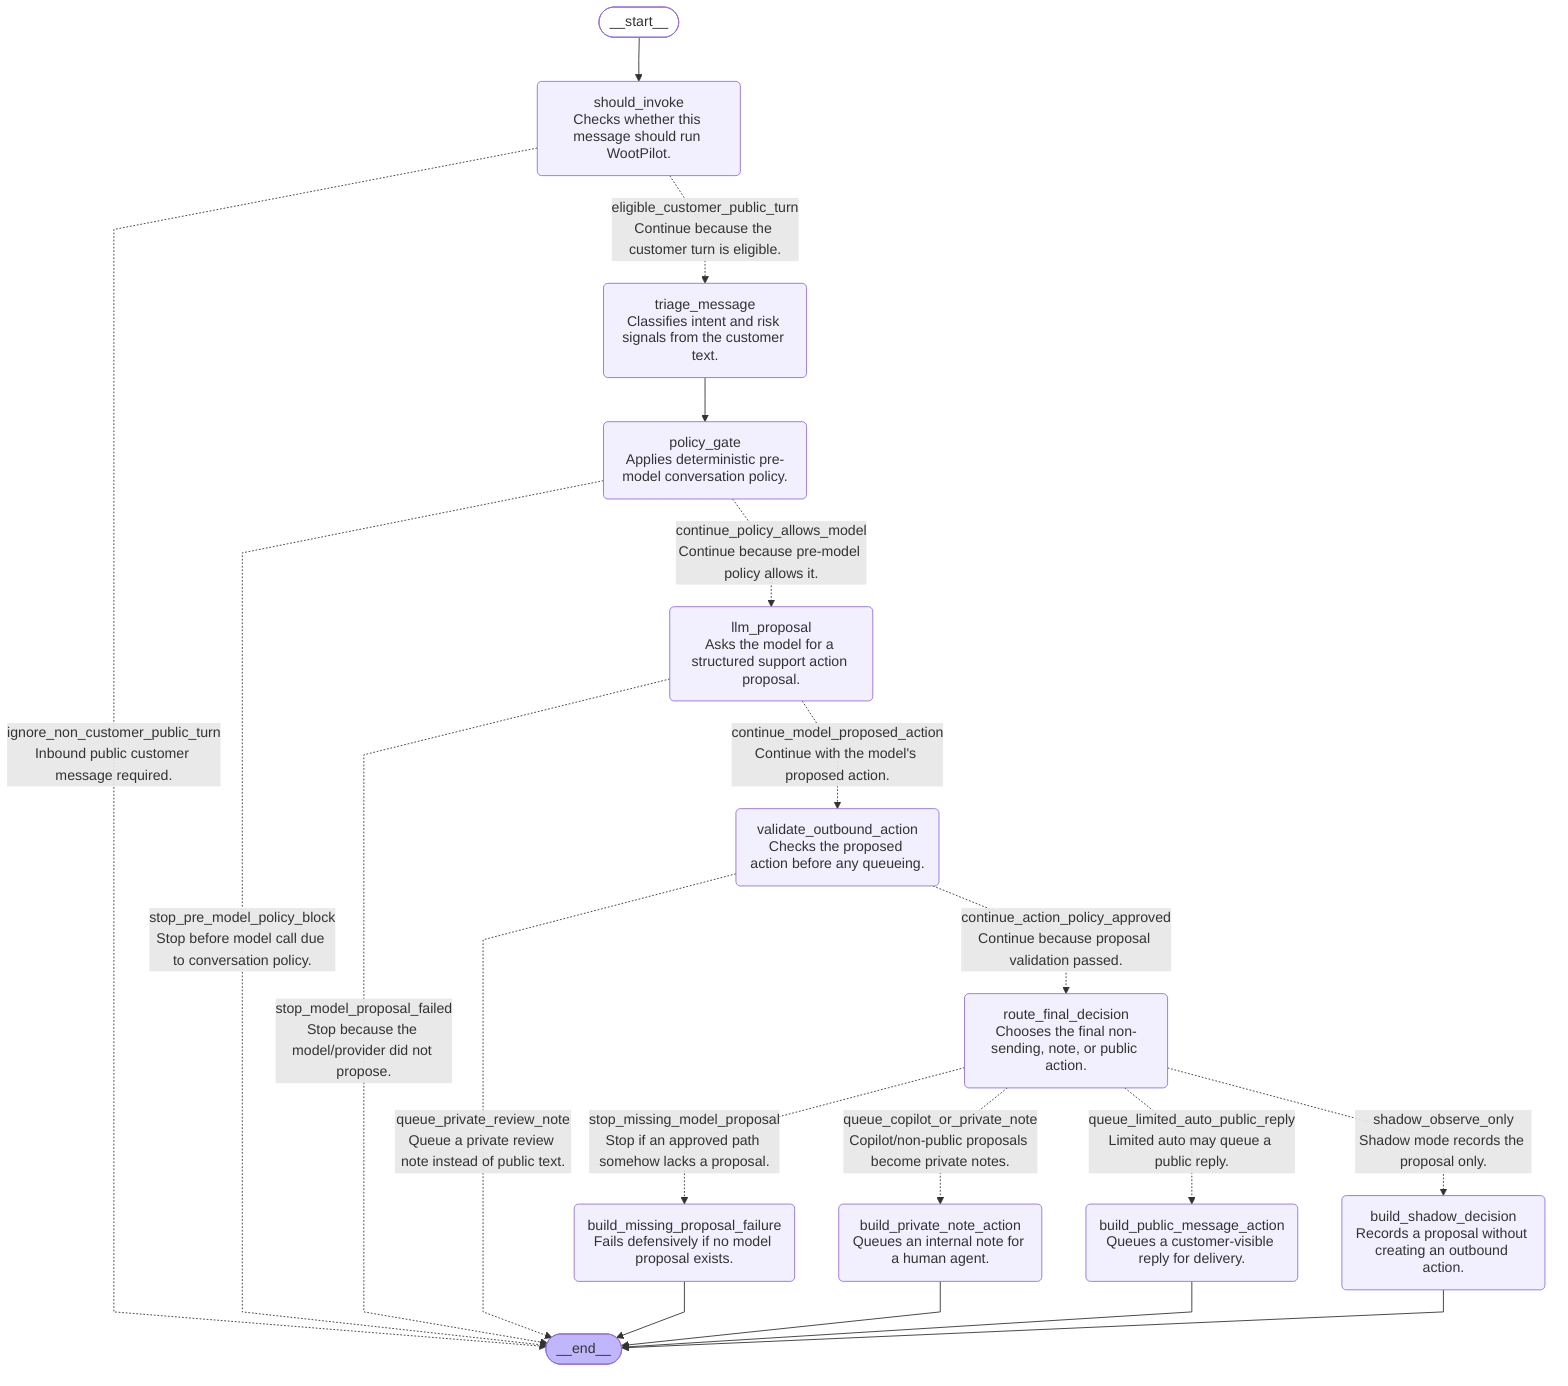
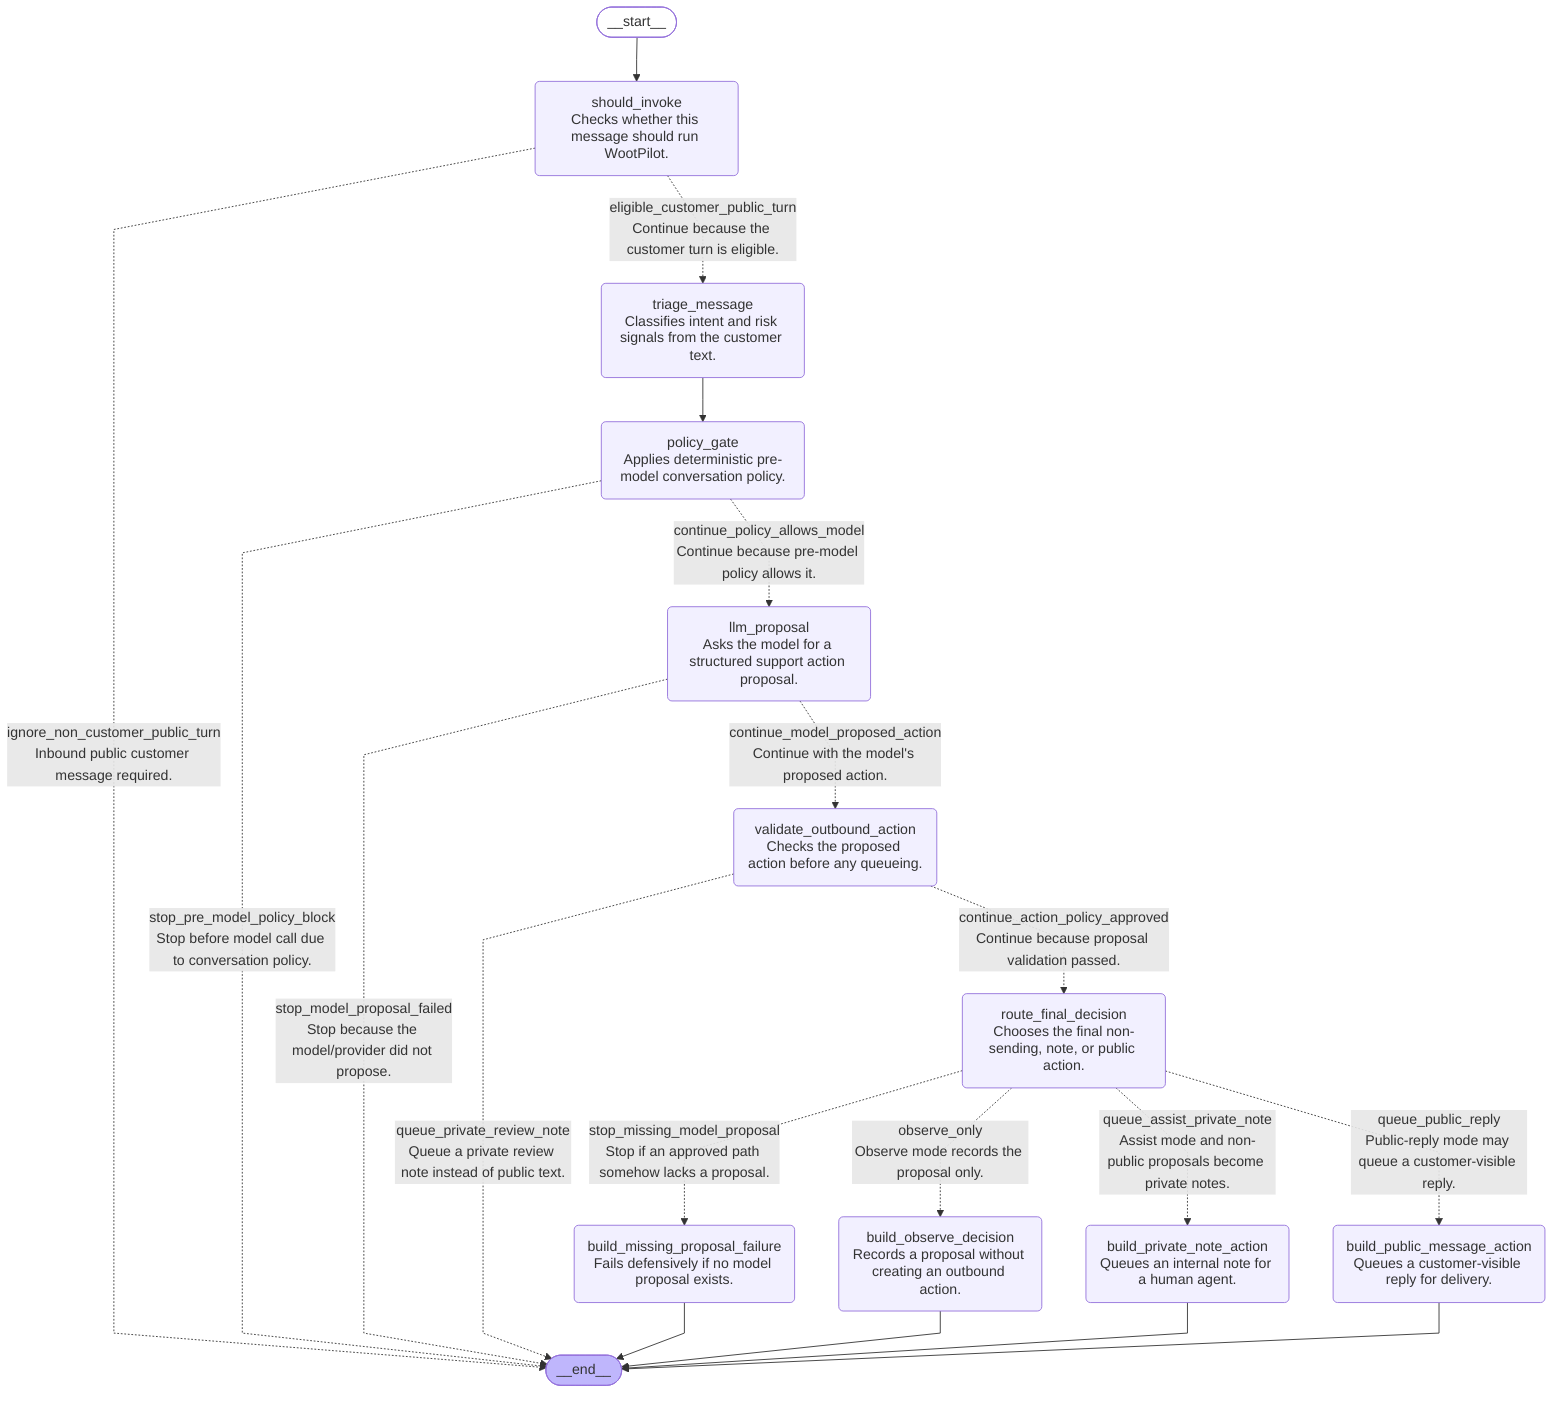
---
config:
  flowchart:
    curve: linear
---
graph TD;
	__start__([<p>__start__</p>]):::first
	should_invoke("should_invoke<br/>Checks whether this message should run WootPilot.")
	triage_message("triage_message<br/>Classifies intent and risk signals from the customer text.")
	policy_gate("policy_gate<br/>Applies deterministic pre-model conversation policy.")
	llm_proposal("llm_proposal<br/>Asks the model for a structured support action proposal.")
	validate_outbound_action("validate_outbound_action<br/>Checks the proposed action before any queueing.")
	route_final_decision("route_final_decision<br/>Chooses the final non-sending, note, or public action.")
- 	build_shadow_decision("build_shadow_decision<br/>Records a proposal without creating an outbound action.")
+ 	build_observe_decision("build_observe_decision<br/>Records a proposal without creating an outbound action.")
	build_private_note_action("build_private_note_action<br/>Queues an internal note for a human agent.")
	build_public_message_action("build_public_message_action<br/>Queues a customer-visible reply for delivery.")
	build_missing_proposal_failure("build_missing_proposal_failure<br/>Fails defensively if no model proposal exists.")
	__end__([<p>__end__</p>]):::last
	__start__ --> should_invoke;
	llm_proposal -. "stop_model_proposal_failed<br/>Stop because the model/provider did not propose." .-> __end__;
	llm_proposal -. "continue_model_proposed_action<br/>Continue with the model's proposed action." .-> validate_outbound_action;
	policy_gate -. "stop_pre_model_policy_block<br/>Stop before model call due to conversation policy." .-> __end__;
	policy_gate -. "continue_policy_allows_model<br/>Continue because pre-model policy allows it." .-> llm_proposal;
	route_final_decision -. "stop_missing_model_proposal<br/>Stop if an approved path somehow lacks a proposal." .-> build_missing_proposal_failure;
- 	route_final_decision -. "queue_copilot_or_private_note<br/>Copilot/non-public proposals become private notes." .-> build_private_note_action;
- 	route_final_decision -. "queue_limited_auto_public_reply<br/>Limited auto may queue a public reply." .-> build_public_message_action;
- 	route_final_decision -. "shadow_observe_only<br/>Shadow mode records the proposal only." .-> build_shadow_decision;
+ 	route_final_decision -. "observe_only<br/>Observe mode records the proposal only." .-> build_observe_decision;
+ 	route_final_decision -. "queue_assist_private_note<br/>Assist mode and non-public proposals become private notes." .-> build_private_note_action;
+ 	route_final_decision -. "queue_public_reply<br/>Public-reply mode may queue a customer-visible reply." .-> build_public_message_action;
	should_invoke -. "ignore_non_customer_public_turn<br/>Inbound public customer message required." .-> __end__;
	should_invoke -. "eligible_customer_public_turn<br/>Continue because the customer turn is eligible." .-> triage_message;
	triage_message --> policy_gate;
	validate_outbound_action -. "queue_private_review_note<br/>Queue a private review note instead of public text." .-> __end__;
	validate_outbound_action -. "continue_action_policy_approved<br/>Continue because proposal validation passed." .-> route_final_decision;
	build_missing_proposal_failure --> __end__;
+ 	build_observe_decision --> __end__;
	build_private_note_action --> __end__;
	build_public_message_action --> __end__;
- 	build_shadow_decision --> __end__;
	classDef default fill:#f2f0ff,line-height:1.2
	classDef first fill-opacity:0
	classDef last fill:#bfb6fc
